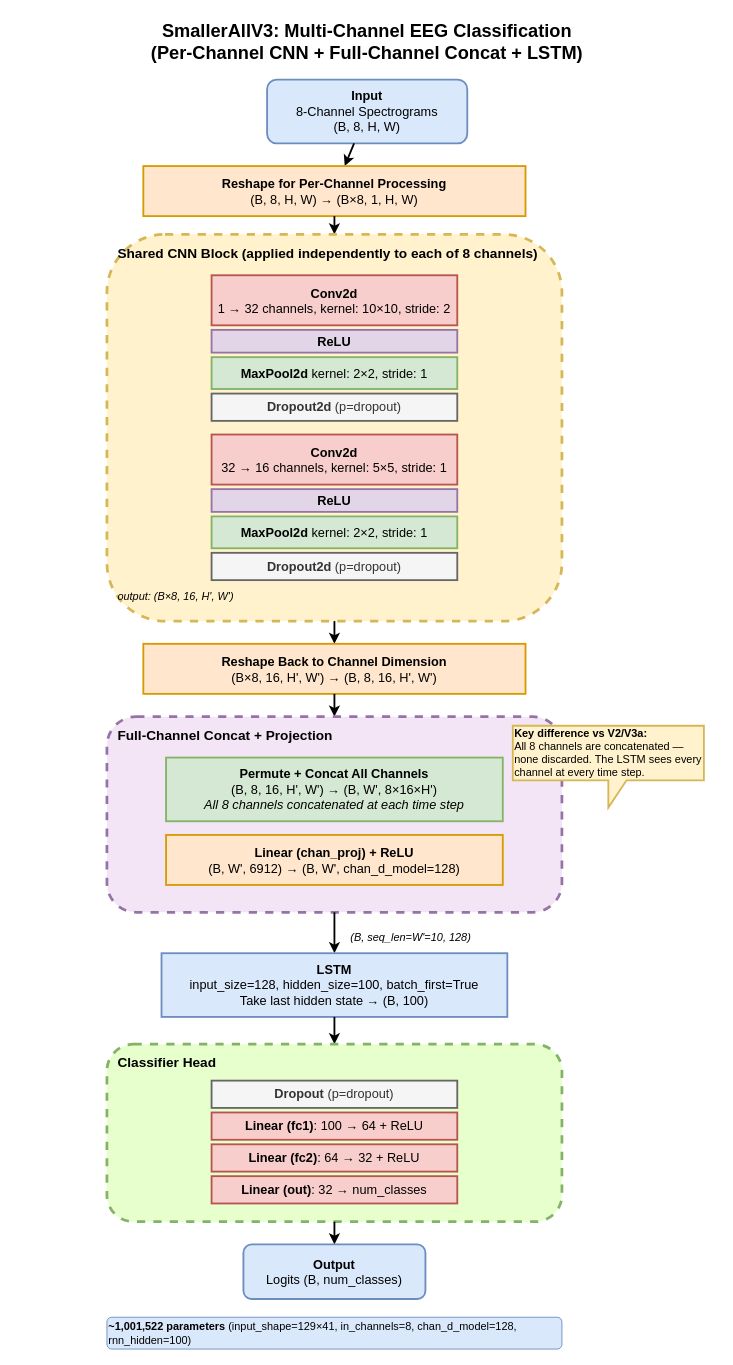
The draw.io diagram docs/architecture-diagrams/SmallerAllV3_architecture.drawio in mtichavsky/eeg, before the edit. Source tidied: cells renumbered, new cells numbered last; positions are measured from the earlier drawing's top-left corner, leaving out a move shared by most shapes. Both pictures are drawn from the tidied source at 91%, with x=0, y=0 at pixel (48, 15).
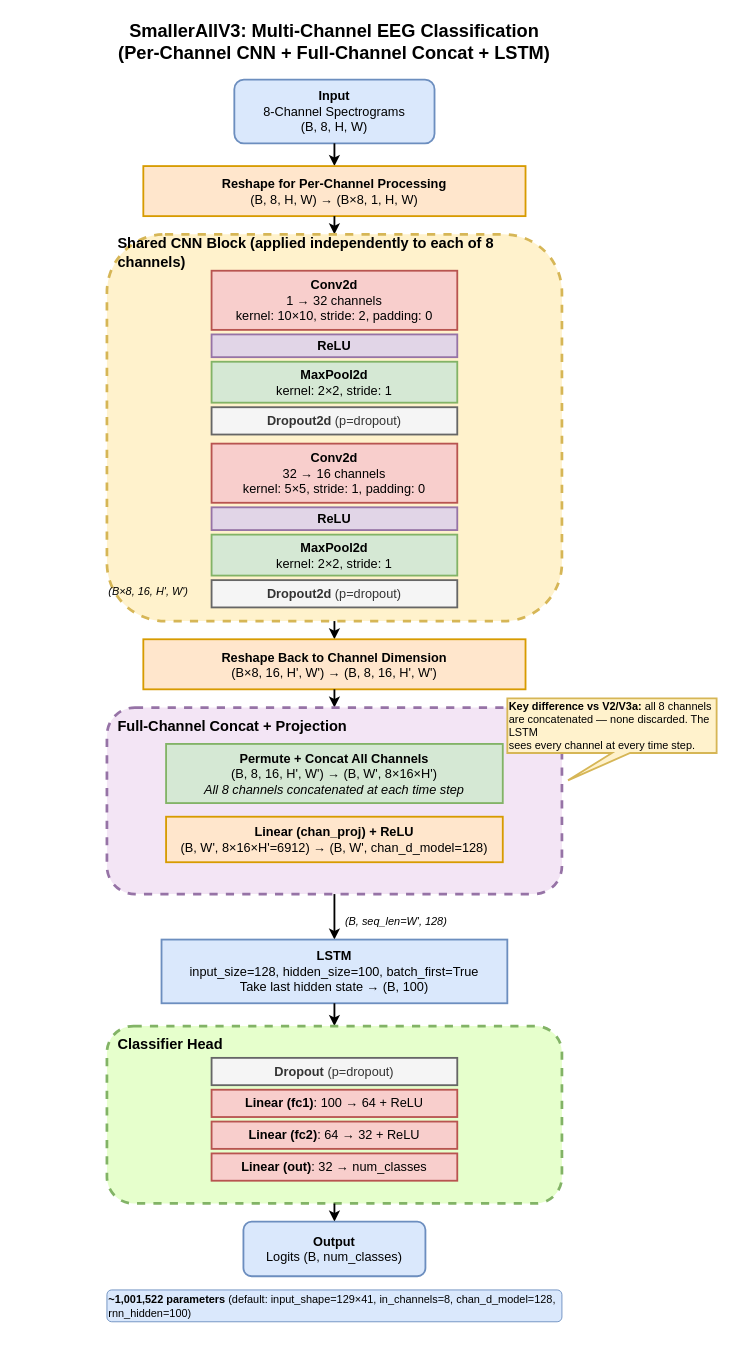
After the change.

Commit message (it also covers changes not shown here):
Redesign SmallerAllV3: concat channels instead of attention

The change refers to these unchanged cells:
```xml
<mxCell id="5" value="&lt;font style=&quot;font-size: 14px;&quot;&gt;&lt;b&gt;Reshape for Per-Channel Processing&lt;/b&gt;&lt;br&gt;(B, 8, H, W) → (B×8, 1, H, W)&lt;/font&gt;" style="rounded=0;whiteSpace=wrap;html=1;fillColor=#ffe6cc;strokeColor=#d79b00;strokeWidth=2;" parent="1" vertex="1">
  <mxGeometry x="104" y="165" width="420" height="55" as="geometry" />
</mxCell>
```

The edit, as a diff of the source:
```diff
@@
     <mxCell id="2" value="SmallerAllV3: Multi-Channel EEG Classification&lt;br&gt;(Per-Channel CNN + Full-Channel Concat + LSTM)" style="text;html=1;strokeColor=none;fillColor=none;align=center;verticalAlign=middle;whiteSpace=wrap;rounded=0;fontSize=20;fontStyle=1;" parent="1" vertex="1">
-      <mxGeometry width="700" height="55" as="geometry" />
+      <mxGeometry x="-36" width="700" height="55" as="geometry" />
     </mxCell>
-    <mxCell id="3" value="&lt;b&gt;&lt;font style=&quot;font-size: 14px;&quot;&gt;Input&lt;/font&gt;&lt;/b&gt;&lt;br&gt;&lt;font style=&quot;font-size: 14px;&quot;&gt;8-Channel Spectrograms&lt;br&gt;(B, 8, H, W)&lt;/font&gt;" style="rounded=1;whiteSpace=wrap;html=1;fillColor=#dae8fc;strokeColor=#6c8ebf;strokeWidth=2;" parent="1" vertex="1">
-      <mxGeometry x="240" y="70" width="220" height="70" as="geometry" />
+    <mxCell id="3" value="&lt;font style=&quot;font-size: 14px;&quot;&gt;&lt;b&gt;Input&lt;/b&gt;&lt;br&gt;8-Channel Spectrograms&lt;br&gt;(B, 8, H, W)&lt;/font&gt;" style="rounded=1;whiteSpace=wrap;html=1;fillColor=#dae8fc;strokeColor=#6c8ebf;strokeWidth=2;" parent="1" vertex="1">
+      <mxGeometry x="204" y="70" width="220" height="70" as="geometry" />
     </mxCell>
-    <mxCell id="4" style="endArrow=classic;html=1;strokeWidth=2;" parent="1" edge="1" source="3" target="5">
+    <mxCell id="4" style="endArrow=classic;html=1;strokeWidth=2;exitX=0.5;exitY=1;exitDx=0;exitDy=0;entryX=0.5;entryY=0;entryDx=0;entryDy=0;" parent="1" edge="1" source="3" target="5">
       <mxGeometry relative="1" as="geometry" />
     </mxCell>
@@
-    <mxCell id="6" style="endArrow=classic;html=1;strokeWidth=2;" parent="1" edge="1" source="5" target="7">
+    <mxCell id="6" style="endArrow=classic;html=1;strokeWidth=2;exitX=0.5;exitY=1;exitDx=0;exitDy=0;entryX=0.5;entryY=0;entryDx=0;entryDy=0;" parent="1" edge="1" source="5" target="7">
       <mxGeometry relative="1" as="geometry" />
     </mxCell>
-    <mxCell id="7" style="rounded=1;whiteSpace=wrap;html=1;fillColor=#fff2cc;strokeColor=#d6b656;strokeWidth=3;dashed=1;verticalAlign=top;" parent="1" vertex="1">
+    <mxCell id="7" style="rounded=1;whiteSpace=wrap;html=1;fillColor=#fff2cc;strokeColor=#d6b656;strokeWidth=3;dashed=1;" parent="1" vertex="1">
       <mxGeometry x="64" y="240" width="500" height="425" as="geometry" />
     </mxCell>
-    <mxCell id="8" value="Shared CNN Block (applied independently to each of 8 channels)" style="text;html=1;strokeColor=none;fillColor=none;align=left;verticalAlign=middle;whiteSpace=wrap;rounded=0;fontSize=15;fontStyle=1;" parent="7" vertex="1">
-      <mxGeometry x="10" y="5" width="480" height="30" as="geometry" />
+    <mxCell id="8" value="&lt;b style=&quot;font-size: 16px;&quot;&gt;Shared CNN Block (applied independently to each of 8 channels)&lt;/b&gt;" style="text;html=1;strokeColor=none;fillColor=none;align=left;verticalAlign=middle;whiteSpace=wrap;rounded=0;fontSize=16;" parent="1" vertex="1">
+      <mxGeometry x="74" y="245" width="470" height="30" as="geometry" />
     </mxCell>
-    <mxCell id="9" value="&lt;font style=&quot;font-size: 14px;&quot;&gt;&lt;b&gt;Conv2d&lt;/b&gt;&lt;br&gt;1 → 32 channels, kernel: 10×10, stride: 2&lt;/font&gt;" style="rounded=0;whiteSpace=wrap;html=1;fillColor=#f8cecc;strokeColor=#b85450;strokeWidth=2;" parent="7" vertex="1">
-      <mxGeometry x="115" y="45" width="270" height="55" as="geometry" />
+    <mxCell id="9" value="&lt;font style=&quot;font-size: 14px;&quot;&gt;&lt;b&gt;Conv2d&lt;/b&gt;&lt;br&gt;1 → 32 channels&lt;br&gt;kernel: 10×10, stride: 2, padding: 0&lt;/font&gt;" style="rounded=0;whiteSpace=wrap;html=1;fillColor=#f8cecc;strokeColor=#b85450;strokeWidth=2;" parent="1" vertex="1">
+      <mxGeometry x="179" y="280" width="270" height="65" as="geometry" />
     </mxCell>
-    <mxCell id="10" value="&lt;font style=&quot;font-size: 14px;&quot;&gt;&lt;b&gt;ReLU&lt;/b&gt;&lt;/font&gt;" style="rounded=0;whiteSpace=wrap;html=1;fillColor=#e1d5e7;strokeColor=#9673a6;strokeWidth=2;" parent="7" vertex="1">
-      <mxGeometry x="115" y="105" width="270" height="25" as="geometry" />
+    <mxCell id="10" value="&lt;font style=&quot;font-size: 14px;&quot;&gt;&lt;b&gt;ReLU&lt;/b&gt;&lt;/font&gt;" style="rounded=0;whiteSpace=wrap;html=1;fillColor=#e1d5e7;strokeColor=#9673a6;strokeWidth=2;" parent="1" vertex="1">
+      <mxGeometry x="179" y="350" width="270" height="25" as="geometry" />
     </mxCell>
-    <mxCell id="11" value="&lt;font style=&quot;font-size: 14px;&quot;&gt;&lt;b&gt;MaxPool2d&lt;/b&gt; kernel: 2×2, stride: 1&lt;/font&gt;" style="rounded=0;whiteSpace=wrap;html=1;fillColor=#d5e8d4;strokeColor=#82b366;strokeWidth=2;" parent="7" vertex="1">
-      <mxGeometry x="115" y="135" width="270" height="35" as="geometry" />
+    <mxCell id="11" value="&lt;font style=&quot;font-size: 14px;&quot;&gt;&lt;b&gt;MaxPool2d&lt;/b&gt;&lt;br&gt;kernel: 2×2, stride: 1&lt;/font&gt;" style="rounded=0;whiteSpace=wrap;html=1;fillColor=#d5e8d4;strokeColor=#82b366;strokeWidth=2;" parent="1" vertex="1">
+      <mxGeometry x="179" y="380" width="270" height="45" as="geometry" />
     </mxCell>
-    <mxCell id="12" value="&lt;font style=&quot;font-size: 14px;&quot;&gt;&lt;b&gt;Dropout2d&lt;/b&gt; (p=dropout)&lt;/font&gt;" style="rounded=0;whiteSpace=wrap;html=1;fillColor=#f5f5f5;strokeColor=#666666;strokeWidth=2;fontColor=#333333;" parent="7" vertex="1">
-      <mxGeometry x="115" y="175" width="270" height="30" as="geometry" />
+    <mxCell id="12" value="&lt;font style=&quot;font-size: 14px;&quot;&gt;&lt;b&gt;Dropout2d&lt;/b&gt; (p=dropout)&lt;/font&gt;" style="rounded=0;whiteSpace=wrap;html=1;fillColor=#f5f5f5;strokeColor=#666666;strokeWidth=2;fontColor=#333333;" parent="1" vertex="1">
+      <mxGeometry x="179" y="430" width="270" height="30" as="geometry" />
     </mxCell>
-    <mxCell id="13" value="&lt;font style=&quot;font-size: 14px;&quot;&gt;&lt;b&gt;Conv2d&lt;/b&gt;&lt;br&gt;32 → 16 channels, kernel: 5×5, stride: 1&lt;/font&gt;" style="rounded=0;whiteSpace=wrap;html=1;fillColor=#f8cecc;strokeColor=#b85450;strokeWidth=2;" parent="7" vertex="1">
-      <mxGeometry x="115" y="220" width="270" height="55" as="geometry" />
+    <mxCell id="13" value="&lt;font style=&quot;font-size: 14px;&quot;&gt;&lt;b&gt;Conv2d&lt;/b&gt;&lt;br&gt;32 → 16 channels&lt;br&gt;kernel: 5×5, stride: 1, padding: 0&lt;/font&gt;" style="rounded=0;whiteSpace=wrap;html=1;fillColor=#f8cecc;strokeColor=#b85450;strokeWidth=2;" parent="1" vertex="1">
+      <mxGeometry x="179" y="470" width="270" height="65" as="geometry" />
     </mxCell>
-    <mxCell id="14" value="&lt;font style=&quot;font-size: 14px;&quot;&gt;&lt;b&gt;ReLU&lt;/b&gt;&lt;/font&gt;" style="rounded=0;whiteSpace=wrap;html=1;fillColor=#e1d5e7;strokeColor=#9673a6;strokeWidth=2;" parent="7" vertex="1">
-      <mxGeometry x="115" y="280" width="270" height="25" as="geometry" />
+    <mxCell id="14" value="&lt;font style=&quot;font-size: 14px;&quot;&gt;&lt;b&gt;ReLU&lt;/b&gt;&lt;/font&gt;" style="rounded=0;whiteSpace=wrap;html=1;fillColor=#e1d5e7;strokeColor=#9673a6;strokeWidth=2;" parent="1" vertex="1">
+      <mxGeometry x="179" y="540" width="270" height="25" as="geometry" />
     </mxCell>
-    <mxCell id="15" value="&lt;font style=&quot;font-size: 14px;&quot;&gt;&lt;b&gt;MaxPool2d&lt;/b&gt; kernel: 2×2, stride: 1&lt;/font&gt;" style="rounded=0;whiteSpace=wrap;html=1;fillColor=#d5e8d4;strokeColor=#82b366;strokeWidth=2;" parent="7" vertex="1">
-      <mxGeometry x="115" y="310" width="270" height="35" as="geometry" />
+    <mxCell id="15" value="&lt;font style=&quot;font-size: 14px;&quot;&gt;&lt;b&gt;MaxPool2d&lt;/b&gt;&lt;br&gt;kernel: 2×2, stride: 1&lt;/font&gt;" style="rounded=0;whiteSpace=wrap;html=1;fillColor=#d5e8d4;strokeColor=#82b366;strokeWidth=2;" parent="1" vertex="1">
+      <mxGeometry x="179" y="570" width="270" height="45" as="geometry" />
     </mxCell>
-    <mxCell id="16" value="&lt;font style=&quot;font-size: 14px;&quot;&gt;&lt;b&gt;Dropout2d&lt;/b&gt; (p=dropout)&lt;/font&gt;" style="rounded=0;whiteSpace=wrap;html=1;fillColor=#f5f5f5;strokeColor=#666666;strokeWidth=2;fontColor=#333333;" parent="7" vertex="1">
-      <mxGeometry x="115" y="350" width="270" height="30" as="geometry" />
+    <mxCell id="16" value="&lt;font style=&quot;font-size: 14px;&quot;&gt;&lt;b&gt;Dropout2d&lt;/b&gt; (p=dropout)&lt;/font&gt;" style="rounded=0;whiteSpace=wrap;html=1;fillColor=#f5f5f5;strokeColor=#666666;strokeWidth=2;fontColor=#333333;" parent="1" vertex="1">
+      <mxGeometry x="179" y="620" width="270" height="30" as="geometry" />
     </mxCell>
-    <mxCell id="17" value="&lt;i&gt;&lt;font style=&quot;font-size: 12px;&quot;&gt;output: (B×8, 16, H', W')&lt;/font&gt;&lt;/i&gt;" style="text;html=1;strokeColor=none;fillColor=none;align=left;verticalAlign=middle;whiteSpace=wrap;rounded=0;" parent="7" vertex="1">
-      <mxGeometry x="10" y="385" width="180" height="25" as="geometry" />
+    <mxCell id="17" value="&lt;font style=&quot;font-size: 12px;&quot;&gt;&lt;i&gt;(B×8, 16, H', W')&lt;/i&gt;&lt;/font&gt;" style="text;html=1;strokeColor=none;fillColor=none;align=left;verticalAlign=middle;whiteSpace=wrap;rounded=0;" parent="1" vertex="1">
+      <mxGeometry x="64" y="620" width="120" height="25" as="geometry" />
     </mxCell>
-    <mxCell id="18" style="endArrow=classic;html=1;strokeWidth=2;" parent="1" edge="1" source="7" target="19">
+    <mxCell id="18" style="endArrow=classic;html=1;strokeWidth=2;exitX=0.5;exitY=1;exitDx=0;exitDy=0;entryX=0.5;entryY=0;entryDx=0;entryDy=0;" parent="1" edge="1" source="7" target="19">
       <mxGeometry relative="1" as="geometry" />
     </mxCell>
     <mxCell id="19" value="&lt;font style=&quot;font-size: 14px;&quot;&gt;&lt;b&gt;Reshape Back to Channel Dimension&lt;/b&gt;&lt;br&gt;(B×8, 16, H', W') → (B, 8, 16, H', W')&lt;/font&gt;" style="rounded=0;whiteSpace=wrap;html=1;fillColor=#ffe6cc;strokeColor=#d79b00;strokeWidth=2;" parent="1" vertex="1">
-      <mxGeometry x="104" y="690" width="420" height="55" as="geometry" />
+      <mxGeometry x="104" y="685" width="420" height="55" as="geometry" />
     </mxCell>
-    <mxCell id="20" style="endArrow=classic;html=1;strokeWidth=2;" parent="1" edge="1" source="19" target="21">
+    <mxCell id="20" style="endArrow=classic;html=1;strokeWidth=2;exitX=0.5;exitY=1;exitDx=0;exitDy=0;entryX=0.5;entryY=0;entryDx=0;entryDy=0;" parent="1" edge="1" source="19" target="21">
       <mxGeometry relative="1" as="geometry" />
     </mxCell>
     <mxCell id="21" style="rounded=1;whiteSpace=wrap;html=1;fillColor=#f3e5f5;strokeColor=#9673a6;strokeWidth=3;dashed=1;" parent="1" vertex="1">
-      <mxGeometry x="64" y="770" width="500" height="215" as="geometry" />
+      <mxGeometry x="64" y="760" width="500" height="205" as="geometry" />
     </mxCell>
-    <mxCell id="22" value="Full-Channel Concat + Projection" style="text;html=1;strokeColor=none;fillColor=none;align=left;verticalAlign=middle;whiteSpace=wrap;rounded=0;fontSize=15;fontStyle=1;" parent="21" vertex="1">
-      <mxGeometry x="10" y="5" width="380" height="30" as="geometry" />
+    <mxCell id="22" value="&lt;b style=&quot;font-size: 16px;&quot;&gt;Full-Channel Concat + Projection&lt;/b&gt;" style="text;html=1;strokeColor=none;fillColor=none;align=left;verticalAlign=middle;whiteSpace=wrap;rounded=0;fontSize=16;" parent="1" vertex="1">
+      <mxGeometry x="74" y="765" width="400" height="30" as="geometry" />
     </mxCell>
+    <mxCell id="25" value="&lt;b&gt;Key difference vs V2/V3a:&lt;/b&gt; all 8 channels&lt;br&gt;are concatenated — none discarded. The LSTM&lt;br&gt;sees every channel at every time step." style="shape=callout;whiteSpace=wrap;html=1;fillColor=#fff2cc;strokeColor=#d6b656;strokeWidth=2;fontSize=12;align=left;position2=0.29;" parent="1" vertex="1">
+      <mxGeometry x="504" y="750" width="230" height="90" as="geometry" />
+    </mxCell>
-    <mxCell id="23" value="&lt;font style=&quot;font-size: 14px;&quot;&gt;&lt;b&gt;Permute + Concat All Channels&lt;/b&gt;&lt;br&gt;(B, 8, 16, H', W') → (B, W', 8×16×H')&lt;br&gt;&lt;i&gt;All 8 channels concatenated at each time step&lt;/i&gt;&lt;/font&gt;" style="rounded=0;whiteSpace=wrap;html=1;fillColor=#d5e8d4;strokeColor=#82b366;strokeWidth=2;" parent="21" vertex="1">
-      <mxGeometry x="65" y="45" width="370" height="70" as="geometry" />
+    <mxCell id="23" value="&lt;font style=&quot;font-size: 14px;&quot;&gt;&lt;b&gt;Permute + Concat All Channels&lt;/b&gt;&lt;br&gt;(B, 8, 16, H', W') → (B, W', 8×16×H')&lt;br&gt;&lt;i&gt;All 8 channels concatenated at each time step&lt;/i&gt;&lt;/font&gt;" style="rounded=0;whiteSpace=wrap;html=1;fillColor=#d5e8d4;strokeColor=#82b366;strokeWidth=2;" parent="1" vertex="1">
+      <mxGeometry x="129" y="800" width="370" height="65" as="geometry" />
     </mxCell>
-    <mxCell id="24" value="&lt;font style=&quot;font-size: 14px;&quot;&gt;&lt;b&gt;Linear (chan_proj) + ReLU&lt;/b&gt;&lt;br&gt;(B, W', 6912) → (B, W', chan_d_model=128)&lt;/font&gt;" style="rounded=0;whiteSpace=wrap;html=1;fillColor=#ffe6cc;strokeColor=#d79b00;strokeWidth=2;" parent="21" vertex="1">
-      <mxGeometry x="65" y="130" width="370" height="55" as="geometry" />
+    <mxCell id="24" value="&lt;font style=&quot;font-size: 14px;&quot;&gt;&lt;b&gt;Linear (chan_proj) + ReLU&lt;/b&gt;&lt;br&gt;(B, W', 8×16×H'=6912) → (B, W', chan_d_model=128)&lt;/font&gt;" style="rounded=0;whiteSpace=wrap;html=1;fillColor=#ffe6cc;strokeColor=#d79b00;strokeWidth=2;" parent="1" vertex="1">
+      <mxGeometry x="129" y="880" width="370" height="50" as="geometry" />
     </mxCell>
-    <mxCell id="25" value="&lt;b&gt;Key difference vs V2/V3a:&lt;/b&gt;&lt;br&gt;All 8 channels are concatenated — none discarded. The LSTM sees every channel at every time step." style="shape=callout;whiteSpace=wrap;html=1;fillColor=#fff2cc;strokeColor=#d6b656;strokeWidth=2;fontSize=12;align=left;" parent="1" vertex="1">
-      <mxGeometry x="510" y="780" width="210" height="90" as="geometry" />
-    </mxCell>
+    <mxCell id="27" style="endArrow=classic;html=1;strokeWidth=2;exitX=0.5;exitY=1;exitDx=0;exitDy=0;entryX=0.5;entryY=0;entryDx=0;entryDy=0;" parent="1" edge="1" source="21" target="28">
+      <mxGeometry relative="1" as="geometry" />
+    </mxCell>
-    <mxCell id="26" value="&lt;i&gt;&lt;font style=&quot;font-size: 12px;&quot;&gt;(B, seq_len=W'=10, 128)&lt;/font&gt;&lt;/i&gt;" style="text;html=1;strokeColor=none;fillColor=none;align=left;verticalAlign=middle;whiteSpace=wrap;rounded=0;" parent="1" vertex="1">
-      <mxGeometry x="330" y="1000" width="180" height="25" as="geometry" />
+    <mxCell id="26" value="&lt;font style=&quot;font-size: 12px;&quot;&gt;&lt;i&gt;(B, seq_len=W', 128)&lt;/i&gt;&lt;/font&gt;" style="text;html=1;strokeColor=none;fillColor=none;align=left;verticalAlign=middle;whiteSpace=wrap;rounded=0;" parent="1" vertex="1">
+      <mxGeometry x="324" y="983" width="160" height="25" as="geometry" />
     </mxCell>
-    <mxCell id="27" style="endArrow=classic;html=1;strokeWidth=2;" parent="1" edge="1" source="21" target="28">
-      <mxGeometry relative="1" as="geometry" />
-    </mxCell>
     <mxCell id="28" value="&lt;font style=&quot;font-size: 14px;&quot;&gt;&lt;b&gt;LSTM&lt;/b&gt;&lt;br&gt;input_size=128, hidden_size=100, batch_first=True&lt;br&gt;Take last hidden state → (B, 100)&lt;/font&gt;" style="rounded=0;whiteSpace=wrap;html=1;fillColor=#dae8fc;strokeColor=#6c8ebf;strokeWidth=2;" parent="1" vertex="1">
-      <mxGeometry x="124" y="1030" width="380" height="70" as="geometry" />
+      <mxGeometry x="124" y="1015" width="380" height="70" as="geometry" />
     </mxCell>
-    <mxCell id="29" style="endArrow=classic;html=1;strokeWidth=2;" parent="1" edge="1" source="28" target="30">
+    <mxCell id="29" style="endArrow=classic;html=1;strokeWidth=2;exitX=0.5;exitY=1;exitDx=0;exitDy=0;entryX=0.5;entryY=0;entryDx=0;entryDy=0;" parent="1" edge="1" source="28" target="30">
       <mxGeometry relative="1" as="geometry" />
     </mxCell>
     <mxCell id="30" style="rounded=1;whiteSpace=wrap;html=1;fillColor=#e6ffcc;strokeColor=#82b366;strokeWidth=3;dashed=1;" parent="1" vertex="1">
-      <mxGeometry x="64" y="1130" width="500" height="195" as="geometry" />
+      <mxGeometry x="64" y="1110" width="500" height="195" as="geometry" />
     </mxCell>
-    <mxCell id="31" value="Classifier Head" style="text;html=1;strokeColor=none;fillColor=none;align=left;verticalAlign=middle;whiteSpace=wrap;rounded=0;fontSize=15;fontStyle=1;" parent="30" vertex="1">
-      <mxGeometry x="10" y="5" width="200" height="30" as="geometry" />
+    <mxCell id="31" value="&lt;b style=&quot;font-size: 16px;&quot;&gt;Classifier Head&lt;/b&gt;" style="text;html=1;strokeColor=none;fillColor=none;align=left;verticalAlign=middle;whiteSpace=wrap;rounded=0;fontSize=16;" parent="1" vertex="1">
+      <mxGeometry x="74" y="1115" width="140" height="30" as="geometry" />
     </mxCell>
-    <mxCell id="32" value="&lt;font style=&quot;font-size: 14px;&quot;&gt;&lt;b&gt;Dropout&lt;/b&gt; (p=dropout)&lt;/font&gt;" style="rounded=0;whiteSpace=wrap;html=1;fillColor=#f5f5f5;strokeColor=#666666;strokeWidth=2;fontColor=#333333;" parent="30" vertex="1">
-      <mxGeometry x="115" y="40" width="270" height="30" as="geometry" />
+    <mxCell id="32" value="&lt;font style=&quot;font-size: 14px;&quot;&gt;&lt;b&gt;Dropout&lt;/b&gt; (p=dropout)&lt;/font&gt;" style="rounded=0;whiteSpace=wrap;html=1;fillColor=#f5f5f5;strokeColor=#666666;strokeWidth=2;fontColor=#333333;" parent="1" vertex="1">
+      <mxGeometry x="179" y="1145" width="270" height="30" as="geometry" />
     </mxCell>
-    <mxCell id="33" value="&lt;font style=&quot;font-size: 14px;&quot;&gt;&lt;b&gt;Linear (fc1)&lt;/b&gt;: 100 → 64 + ReLU&lt;/font&gt;" style="rounded=0;whiteSpace=wrap;html=1;fillColor=#f8cecc;strokeColor=#b85450;strokeWidth=2;" parent="30" vertex="1">
-      <mxGeometry x="115" y="75" width="270" height="30" as="geometry" />
+    <mxCell id="33" value="&lt;font style=&quot;font-size: 14px;&quot;&gt;&lt;b&gt;Linear (fc1)&lt;/b&gt;: 100 → 64 + ReLU&lt;/font&gt;" style="rounded=0;whiteSpace=wrap;html=1;fillColor=#f8cecc;strokeColor=#b85450;strokeWidth=2;" parent="1" vertex="1">
+      <mxGeometry x="179" y="1180" width="270" height="30" as="geometry" />
     </mxCell>
-    <mxCell id="34" value="&lt;font style=&quot;font-size: 14px;&quot;&gt;&lt;b&gt;Linear (fc2)&lt;/b&gt;: 64 → 32 + ReLU&lt;/font&gt;" style="rounded=0;whiteSpace=wrap;html=1;fillColor=#f8cecc;strokeColor=#b85450;strokeWidth=2;" parent="30" vertex="1">
-      <mxGeometry x="115" y="110" width="270" height="30" as="geometry" />
+    <mxCell id="34" value="&lt;font style=&quot;font-size: 14px;&quot;&gt;&lt;b&gt;Linear (fc2)&lt;/b&gt;: 64 → 32 + ReLU&lt;/font&gt;" style="rounded=0;whiteSpace=wrap;html=1;fillColor=#f8cecc;strokeColor=#b85450;strokeWidth=2;" parent="1" vertex="1">
+      <mxGeometry x="179" y="1215" width="270" height="30" as="geometry" />
     </mxCell>
-    <mxCell id="35" value="&lt;font style=&quot;font-size: 14px;&quot;&gt;&lt;b&gt;Linear (out)&lt;/b&gt;: 32 → num_classes&lt;/font&gt;" style="rounded=0;whiteSpace=wrap;html=1;fillColor=#f8cecc;strokeColor=#b85450;strokeWidth=2;" parent="30" vertex="1">
-      <mxGeometry x="115" y="145" width="270" height="30" as="geometry" />
+    <mxCell id="35" value="&lt;font style=&quot;font-size: 14px;&quot;&gt;&lt;b&gt;Linear (out)&lt;/b&gt;: 32 → num_classes&lt;/font&gt;" style="rounded=0;whiteSpace=wrap;html=1;fillColor=#f8cecc;strokeColor=#b85450;strokeWidth=2;" parent="1" vertex="1">
+      <mxGeometry x="179" y="1250" width="270" height="30" as="geometry" />
     </mxCell>
-    <mxCell id="36" style="endArrow=classic;html=1;strokeWidth=2;" parent="1" edge="1" source="30" target="37">
+    <mxCell id="36" style="endArrow=classic;html=1;strokeWidth=2;exitX=0.5;exitY=1;exitDx=0;exitDy=0;entryX=0.5;entryY=0;entryDx=0;entryDy=0;" parent="1" edge="1" source="30" target="37">
       <mxGeometry relative="1" as="geometry" />
     </mxCell>
     <mxCell id="37" value="&lt;font style=&quot;font-size: 14px;&quot;&gt;&lt;b&gt;Output&lt;/b&gt;&lt;br&gt;Logits (B, num_classes)&lt;/font&gt;" style="rounded=1;whiteSpace=wrap;html=1;fillColor=#dae8fc;strokeColor=#6c8ebf;strokeWidth=2;" parent="1" vertex="1">
-      <mxGeometry x="214" y="1350" width="200" height="60" as="geometry" />
+      <mxGeometry x="214" y="1325" width="200" height="60" as="geometry" />
     </mxCell>
-    <mxCell id="38" value="&lt;b&gt;~1,001,522 parameters&lt;/b&gt; (input_shape=129×41, in_channels=8, chan_d_model=128, rnn_hidden=100)" style="text;html=1;strokeColor=#6c8ebf;fillColor=#dae8fc;align=left;verticalAlign=middle;whiteSpace=wrap;rounded=1;fontSize=12;" parent="1" vertex="1">
-      <mxGeometry x="64" y="1430" width="500" height="35" as="geometry" />
+    <mxCell id="38" value="&lt;b&gt;~1,001,522 parameters&lt;/b&gt; (default: input_shape=129×41, in_channels=8, chan_d_model=128, rnn_hidden=100)" style="text;html=1;strokeColor=#6c8ebf;fillColor=#dae8fc;align=left;verticalAlign=middle;whiteSpace=wrap;rounded=1;fontSize=12;" parent="1" vertex="1">
+      <mxGeometry x="64" y="1400" width="500" height="35" as="geometry" />
     </mxCell>
```
